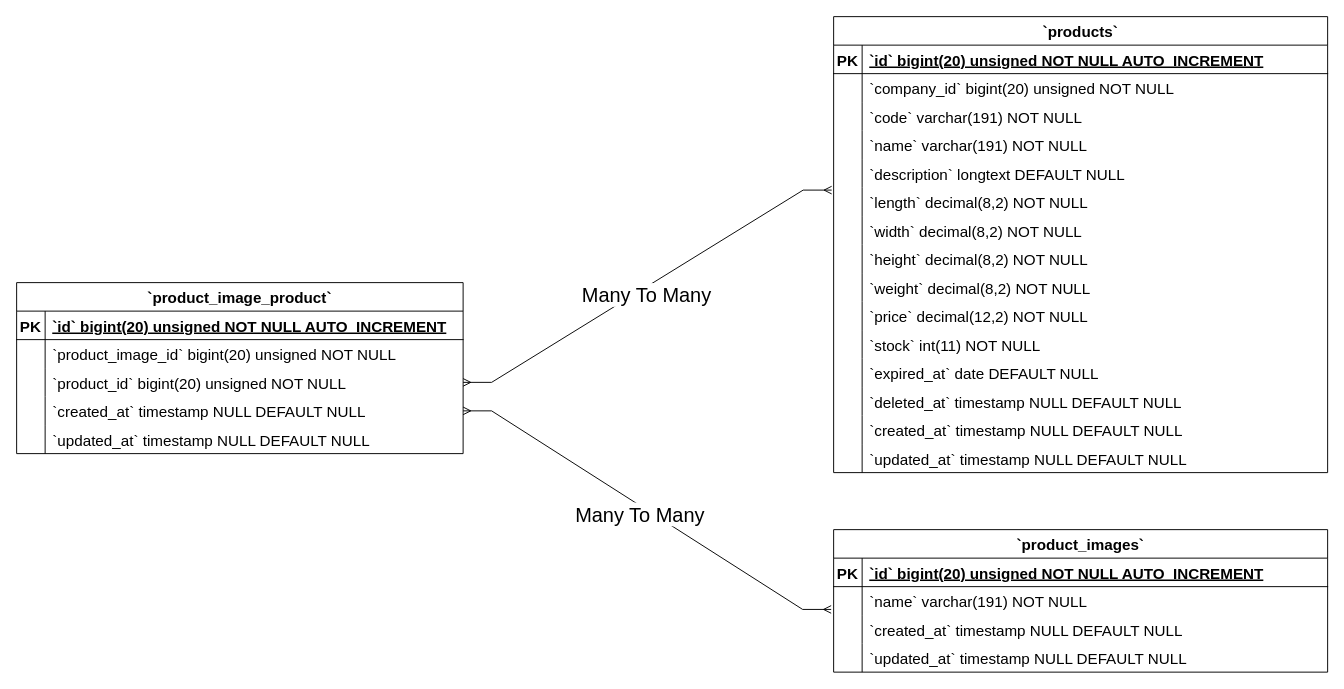
Before: Product Image Product ERD Diagram.drawio in Simasco/diagram, a draw.io diagram. Source tidied: cells renumbered, new cells numbered last; positions are measured from the earlier drawing's top-left corner, leaving out a move shared by most shapes. Both pictures are drawn from the tidied source at 95%, with x=0, y=0 at pixel (16, 16).
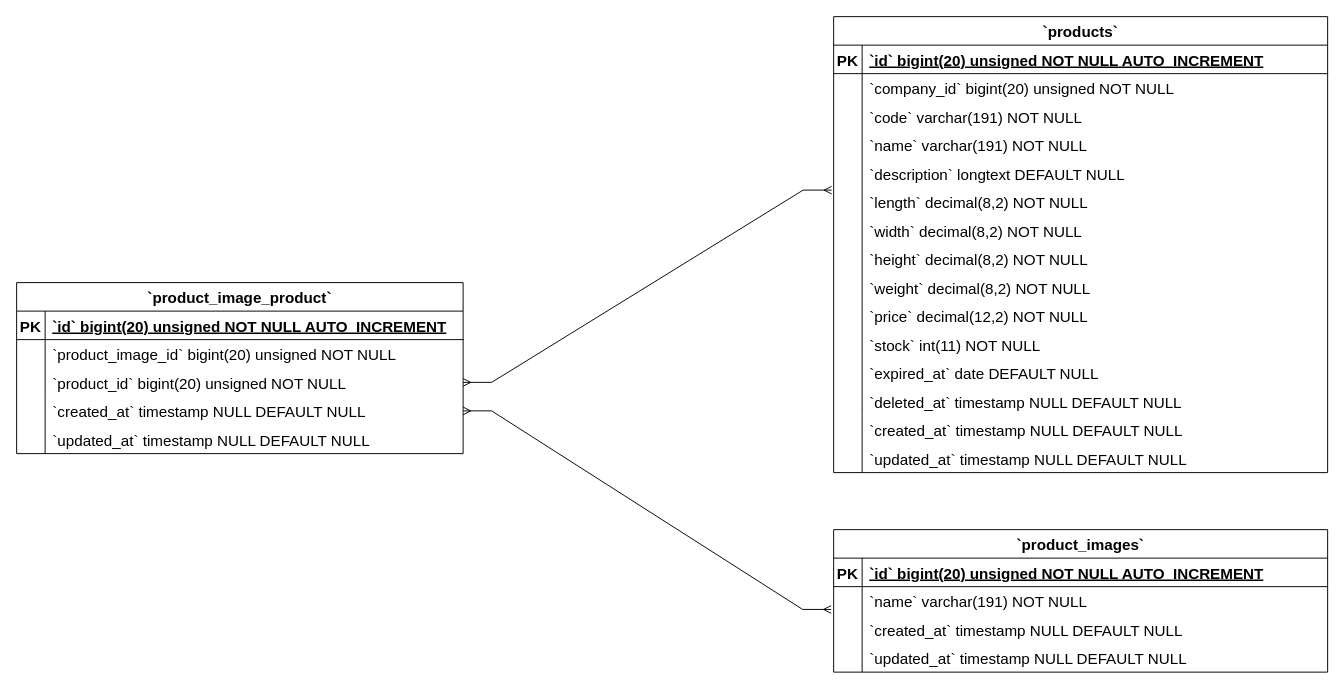
After the change.

Unchanged cells that the change refers to:
```xml
<mxCell id="77" style="edgeStyle=entityRelationEdgeStyle;fontSize=12;html=1;endArrow=ERmany;startArrow=ERmany;rounded=0;exitX=1;exitY=0.5;exitDx=0;exitDy=0;entryX=-0.004;entryY=0.087;entryDx=0;entryDy=0;entryPerimeter=0;" parent="1" edge="1" source="22" target="47">
  <mxGeometry relative="1" as="geometry" />
</mxCell>
<mxCell id="79" style="edgeStyle=entityRelationEdgeStyle;fontSize=12;html=1;endArrow=ERmany;startArrow=ERmany;rounded=0;exitX=1;exitY=0.5;exitDx=0;exitDy=0;entryX=-0.005;entryY=-0.2;entryDx=0;entryDy=0;entryPerimeter=0;" parent="1" edge="1" source="25" target="9">
  <mxGeometry relative="1" as="geometry" />
</mxCell>
```

Diff of the diagram source:
```diff
@@
-    <mxCell id="78" value="Many To Many" style="edgeLabel;html=1;align=center;verticalAlign=middle;fontSize=21;" parent="77" vertex="1">
-      <mxGeometry x="-0.02" y="-7" relative="1" as="geometry">
-        <mxPoint x="-1" as="offset" />
-      </mxGeometry>
-    </mxCell>
@@
-    <mxCell id="80" value="Many To Many" style="edgeLabel;html=1;align=center;verticalAlign=middle;fontSize=21;" parent="79" vertex="1">
-      <mxGeometry x="-0.02" y="-7" relative="1" as="geometry">
-        <mxPoint x="-1" as="offset" />
-      </mxGeometry>
-    </mxCell>
```
